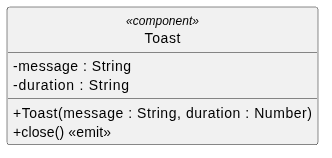
This is src/PB/DocumentazioneEsterna/Specifica_Tecnica/content/05-diagrammi-classi/uml/png/frontend/componenti/Toast.png from GroupRubberDuck/Documentazione, a PlantUML export, as it was before one commit. Its source is kept beside it as src/PB/DocumentazioneEsterna/Specifica_Tecnica/content/05-diagrammi-classi/uml/puml/Frontend/componenti_base/toast.puml. The source it was exported from:
```plantuml
@startuml
skinparam linetype ortho
skinparam nodesep 80
skinparam ranksep 100
skinparam classAttributeIconSize 0
skinparam packageStyle rectangle
skinparam style strictuml

class Toast <<component>> {
  - message : String
  - duration : String
  + Toast(message : String, duration : Number)
  + close() <<emit>>
}

@enduml
```
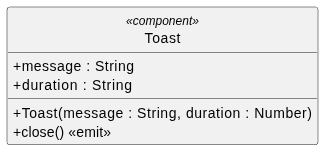
Above is the later version.

The edit, as a diff of the source:
```diff
@@ -7,8 +7,8 @@
 skinparam style strictuml
 
 class Toast <<component>> {
-  - message : String
-  - duration : String
+  + message : String
+  + duration : String
   + Toast(message : String, duration : Number)
   + close() <<emit>>
 }
```
